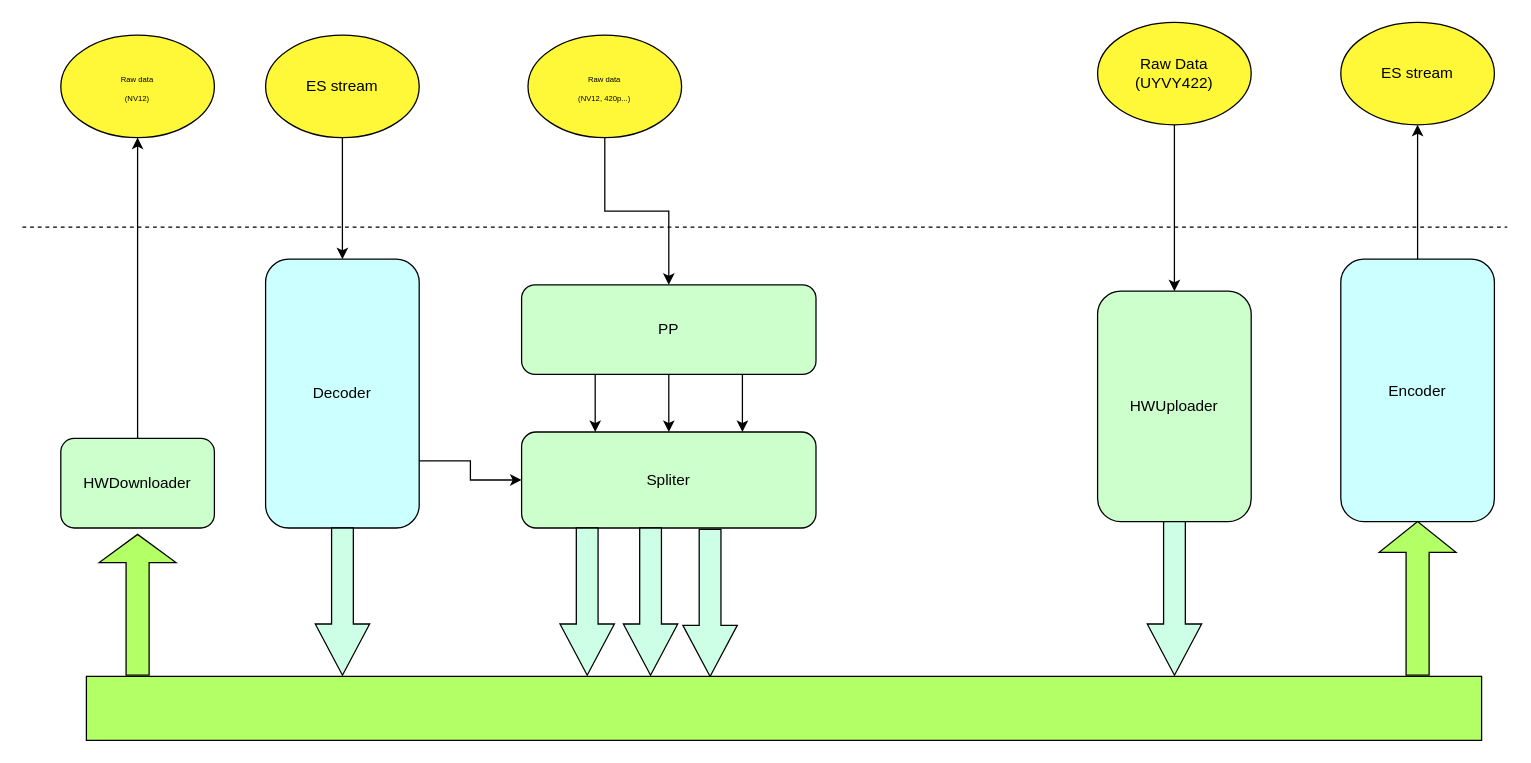
Before: Untitled Diagram.drawio in GYZHANG2019/temp, a draw.io diagram. Source tidied: cells renumbered, new cells numbered last; positions are measured from the earlier drawing's top-left corner, leaving out a move shared by most shapes. Both pictures are drawn from the tidied source at 128%, with x=0, y=0 at pixel (22, 22).
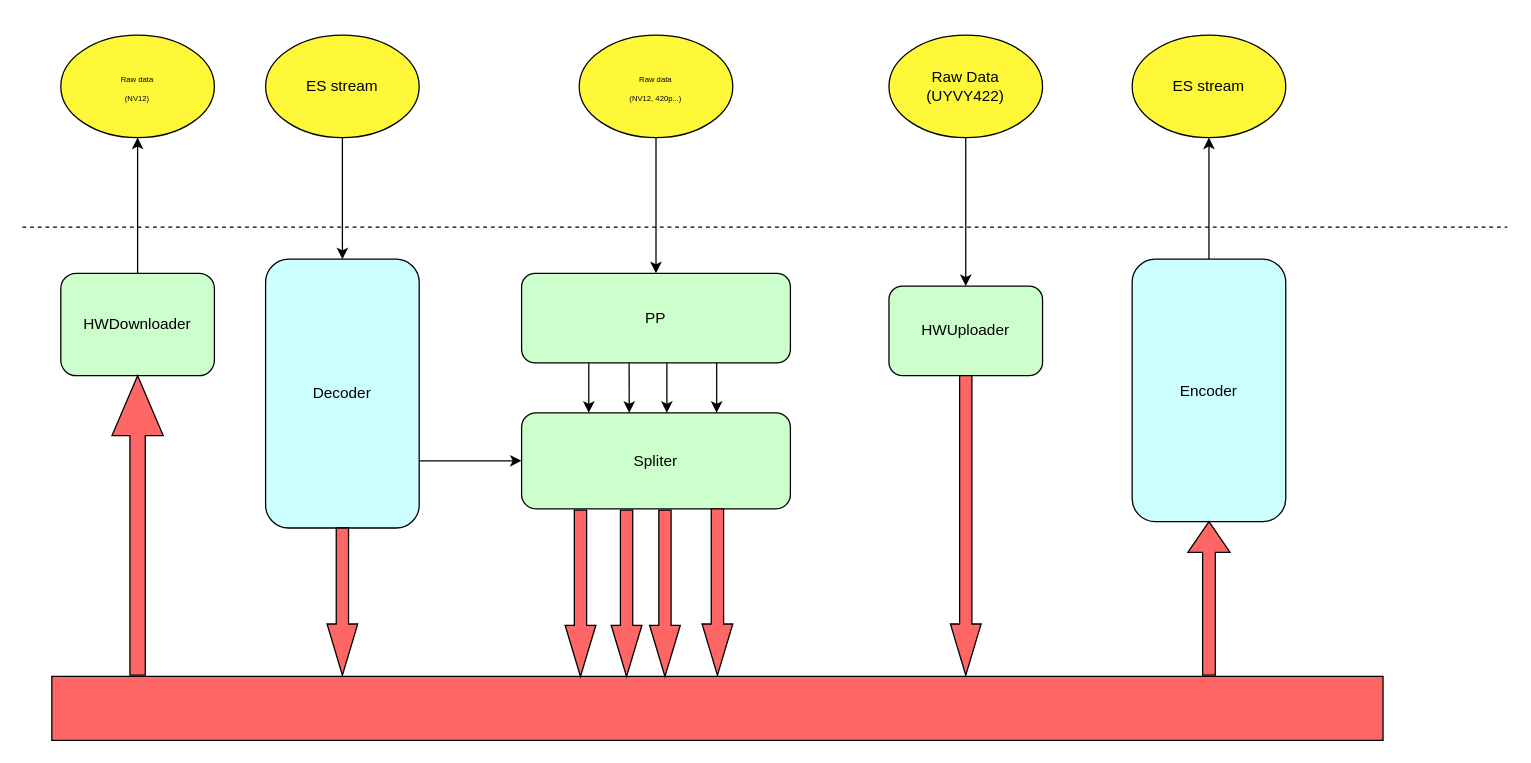
The same diagram, later.

The change refers to these unchanged cells:
```xml
<mxCell id="4" value="Decoder" style="rounded=1;whiteSpace=wrap;html=1;fillColor=#CCFFFF;" parent="1" vertex="1">
  <mxGeometry x="190" y="185" width="120" height="210" as="geometry" />
</mxCell>
```

Diff of the diagram source:
```diff
@@
-    <mxCell id="3" style="edgeStyle=orthogonalEdgeStyle;rounded=0;jettySize=auto;html=1;exitX=1;exitY=0.75;exitDx=0;exitDy=0;entryX=0;entryY=0.5;entryDx=0;entryDy=0;" parent="1" edge="1" source="4" target="16">
+    <mxCell id="3" style="edgeStyle=orthogonalEdgeStyle;rounded=0;jettySize=auto;html=1;exitX=1;exitY=0.75;exitDx=0;exitDy=0;entryX=0;entryY=0.5;entryDx=0;entryDy=0;fillColor=#FF6666;" parent="1" edge="1" source="4" target="16">
       <mxGeometry relative="1" as="geometry" />
     </mxCell>
@@
-    <mxCell id="5" style="edgeStyle=orthogonalEdgeStyle;rounded=0;jettySize=auto;html=1;exitX=0.25;exitY=1;exitDx=0;exitDy=0;entryX=0.25;entryY=0;entryDx=0;entryDy=0;" parent="1" edge="1" source="8" target="16">
+    <mxCell id="5" style="edgeStyle=orthogonalEdgeStyle;rounded=0;jettySize=auto;html=1;exitX=0.25;exitY=1;exitDx=0;exitDy=0;entryX=0.25;entryY=0;entryDx=0;entryDy=0;fillColor=#FF6666;" parent="1" edge="1" source="8" target="16">
       <mxGeometry relative="1" as="geometry" />
     </mxCell>
-    <mxCell id="6" style="edgeStyle=orthogonalEdgeStyle;rounded=0;jettySize=auto;html=1;exitX=0.5;exitY=1;exitDx=0;exitDy=0;" parent="1" edge="1" source="8" target="16">
-      <mxGeometry relative="1" as="geometry" />
+    <mxCell id="6" style="edgeStyle=orthogonalEdgeStyle;rounded=0;orthogonalLoop=1;jettySize=auto;html=1;exitX=0.5;exitY=1;exitDx=0;exitDy=0;fillColor=#FF6666;" parent="1" edge="1">
+      <mxGeometry relative="1" as="geometry">
+        <mxPoint x="474" y="266" as="sourcePoint" />
+        <mxPoint x="474.1" y="305" as="targetPoint" />
+      </mxGeometry>
     </mxCell>
-    <mxCell id="7" style="edgeStyle=orthogonalEdgeStyle;rounded=0;jettySize=auto;html=1;exitX=0.75;exitY=1;exitDx=0;exitDy=0;entryX=0.75;entryY=0;entryDx=0;entryDy=0;" parent="1" edge="1" source="8" target="16">
-      <mxGeometry relative="1" as="geometry" />
+    <mxCell id="7" style="edgeStyle=orthogonalEdgeStyle;rounded=0;orthogonalLoop=1;jettySize=auto;html=1;exitX=0.75;exitY=1;exitDx=0;exitDy=0;entryX=0.75;entryY=0;entryDx=0;entryDy=0;fillColor=#FF6666;" parent="1" edge="1">
+      <mxGeometry relative="1" as="geometry">
+        <mxPoint x="503.5" y="266" as="sourcePoint" />
+        <mxPoint x="503.5" y="305" as="targetPoint" />
+      </mxGeometry>
     </mxCell>
     <mxCell id="8" value="PP" style="rounded=1;whiteSpace=wrap;html=1;fillColor=#CCFFCC;" parent="1" vertex="1">
-      <mxGeometry x="390" y="205" width="230" height="70" as="geometry" />
+      <mxGeometry x="390" y="196" width="210" height="70" as="geometry" />
     </mxCell>
@@
     <mxCell id="10" value="Encoder" style="rounded=1;whiteSpace=wrap;html=1;fillColor=#CCFFFF;" parent="1" vertex="1">
-      <mxGeometry x="1030" y="185" width="120" height="205" as="geometry" />
+      <mxGeometry x="867" y="185" width="120" height="205" as="geometry" />
     </mxCell>
@@
     <mxCell id="14" value="Raw Data&lt;br&gt;(UYVY422)" style="ellipse;whiteSpace=wrap;html=1;fillColor=#FFF838;" parent="1" vertex="1">
-      <mxGeometry x="840" width="120" height="80" as="geometry" />
+      <mxGeometry x="677" y="10" width="120" height="80" as="geometry" />
     </mxCell>
     <mxCell id="15" value="ES stream" style="ellipse;whiteSpace=wrap;html=1;fillColor=#FFF838;" parent="1" vertex="1">
-      <mxGeometry x="1030" width="120" height="80" as="geometry" />
+      <mxGeometry x="867" y="10" width="120" height="80" as="geometry" />
     </mxCell>
     <mxCell id="16" value="Spliter" style="rounded=1;whiteSpace=wrap;html=1;fillColor=#CCFFCC;" parent="1" vertex="1">
-      <mxGeometry x="390" y="320" width="230" height="75" as="geometry" />
+      <mxGeometry x="390" y="305" width="210" height="75" as="geometry" />
     </mxCell>
     <mxCell id="17" value="HWUploader" style="rounded=1;whiteSpace=wrap;html=1;fillColor=#CCFFCC;" parent="1" vertex="1">
-      <mxGeometry x="840" y="210" width="120" height="180" as="geometry" />
+      <mxGeometry x="677" y="206" width="120" height="70" as="geometry" />
     </mxCell>
@@
     <mxCell id="19" value="HWDownloader" style="rounded=1;whiteSpace=wrap;html=1;fillColor=#CCFFCC;" parent="1" vertex="1">
-      <mxGeometry x="30" y="325" width="120" height="70" as="geometry" />
+      <mxGeometry x="30" y="196" width="120" height="80" as="geometry" />
     </mxCell>
@@
     <mxCell id="21" value="&lt;font style=&quot;font-size: 6px&quot;&gt;Raw data&lt;br&gt;(NV12, 420p...)&lt;/font&gt;" style="ellipse;whiteSpace=wrap;html=1;fillColor=#FFF838;" parent="1" vertex="1">
-      <mxGeometry x="395" y="10" width="120" height="80" as="geometry" />
+      <mxGeometry x="435" y="10" width="120" height="80" as="geometry" />
     </mxCell>
@@
-    <mxCell id="23" style="html=1;shadow=0;dashed=0;align=center;verticalAlign=middle;shape=mxgraph.arrows2.arrow;dy=0.6;dx=40;direction=south;notch=0;fillColor=#CCFFE6;" parent="1" vertex="1">
-      <mxGeometry x="228.8" y="395" width="42.5" height="115" as="geometry" />
-    </mxCell>
-    <mxCell id="24" style="html=1;shadow=0;dashed=0;align=center;verticalAlign=middle;shape=mxgraph.arrows2.arrow;dy=0.6;dx=40;direction=south;notch=0;fillColor=#CCFFE6;" parent="1" vertex="1">
-      <mxGeometry x="420" y="395" width="42.5" height="115" as="geometry" />
-    </mxCell>
-    <mxCell id="25" style="html=1;shadow=0;dashed=0;align=center;verticalAlign=middle;shape=mxgraph.arrows2.arrow;dy=0.6;dx=40;direction=south;notch=0;fillColor=#CCFFE6;" parent="1" vertex="1">
-      <mxGeometry x="469.5" y="395" width="42.5" height="115" as="geometry" />
-    </mxCell>
-    <mxCell id="26" style="html=1;shadow=0;dashed=0;align=center;verticalAlign=middle;shape=mxgraph.arrows2.arrow;dy=0.6;dx=40;direction=south;notch=0;fillColor=#CCFFE6;" parent="1" vertex="1">
-      <mxGeometry x="516" y="396" width="42.5" height="115" as="geometry" />
+    <mxCell id="26" style="html=1;shadow=0;dashed=0;align=center;verticalAlign=middle;shape=mxgraph.arrows2.arrow;dy=0.6;dx=40;direction=south;notch=0;fillColor=#FF6666;" parent="1" vertex="1">
+      <mxGeometry x="531" y="380" width="24" height="130" as="geometry" />
     </mxCell>
-    <mxCell id="27" style="verticalLabelPosition=bottom;verticalAlign=top;html=1;shape=mxgraph.basic.rect;fillColor2=none;strokeWidth=1;size=20;indent=5;fillColor=#B3FF66;" parent="1" vertex="1">
-      <mxGeometry x="50" y="511" width="1090" height="50" as="geometry" />
+    <mxCell id="27" style="verticalLabelPosition=bottom;verticalAlign=top;html=1;shape=mxgraph.basic.rect;fillColor2=none;strokeWidth=1;size=20;indent=5;fillColor=#FF6666;" parent="1" vertex="1">
+      <mxGeometry x="23" y="511" width="1040" height="50" as="geometry" />
     </mxCell>
-    <mxCell id="28" style="shape=singleArrow;direction=north;whiteSpace=wrap;html=1;fillColor=#B3FF66;" parent="1" vertex="1">
-      <mxGeometry x="60" y="400" width="60" height="110" as="geometry" />
+    <mxCell id="28" style="shape=singleArrow;direction=north;whiteSpace=wrap;html=1;fillColor=#FF6666;" parent="1" vertex="1">
+      <mxGeometry x="70" y="276" width="40" height="234" as="geometry" />
     </mxCell>
-    <mxCell id="29" style="shape=singleArrow;direction=north;whiteSpace=wrap;html=1;fillColor=#B3FF66;" parent="1" vertex="1">
-      <mxGeometry x="1060" y="390" width="60" height="120" as="geometry" />
+    <mxCell id="29" style="shape=singleArrow;direction=north;whiteSpace=wrap;html=1;fillColor=#FF6666;" parent="1" vertex="1">
+      <mxGeometry x="910.5" y="390" width="33" height="120" as="geometry" />
     </mxCell>
-    <mxCell id="30" style="html=1;shadow=0;dashed=0;align=center;verticalAlign=middle;shape=mxgraph.arrows2.arrow;dy=0.6;dx=40;direction=south;notch=0;fillColor=#CCFFE6;" parent="1" vertex="1">
-      <mxGeometry x="878.8" y="390" width="42.5" height="120" as="geometry" />
-    </mxCell>
+    <mxCell id="31" style="html=1;shadow=0;dashed=0;align=center;verticalAlign=middle;shape=mxgraph.arrows2.arrow;dy=0.6;dx=40;direction=south;notch=0;fillColor=#FF6666;" parent="1" vertex="1">
+      <mxGeometry x="490" y="381" width="24" height="130" as="geometry" />
+    </mxCell>
+    <mxCell id="32" style="html=1;shadow=0;dashed=0;align=center;verticalAlign=middle;shape=mxgraph.arrows2.arrow;dy=0.6;dx=40;direction=south;notch=0;fillColor=#FF6666;" parent="1" vertex="1">
+      <mxGeometry x="460" y="381" width="24" height="130" as="geometry" />
+    </mxCell>
+    <mxCell id="33" style="html=1;shadow=0;dashed=0;align=center;verticalAlign=middle;shape=mxgraph.arrows2.arrow;dy=0.6;dx=40;direction=south;notch=0;fillColor=#FF6666;" parent="1" vertex="1">
+      <mxGeometry x="424" y="381" width="24" height="130" as="geometry" />
+    </mxCell>
+    <mxCell id="34" style="html=1;shadow=0;dashed=0;align=center;verticalAlign=middle;shape=mxgraph.arrows2.arrow;dy=0.6;dx=40;direction=south;notch=0;fillColor=#FF6666;" parent="1" vertex="1">
+      <mxGeometry x="238" y="395" width="24" height="115" as="geometry" />
+    </mxCell>
+    <mxCell id="35" style="html=1;shadow=0;dashed=0;align=center;verticalAlign=middle;shape=mxgraph.arrows2.arrow;dy=0.6;dx=40;direction=south;notch=0;fillColor=#FF6666;" parent="1" vertex="1">
+      <mxGeometry x="725" y="276" width="24" height="234" as="geometry" />
+    </mxCell>
+    <mxCell id="36" style="edgeStyle=orthogonalEdgeStyle;rounded=0;orthogonalLoop=1;jettySize=auto;html=1;exitX=0.75;exitY=1;exitDx=0;exitDy=0;entryX=0.75;entryY=0;entryDx=0;entryDy=0;fillColor=#FF6666;" parent="1" edge="1">
+      <mxGeometry relative="1" as="geometry">
+        <mxPoint x="542.4" y="266" as="sourcePoint" />
+        <mxPoint x="542.4" y="305" as="targetPoint" />
+      </mxGeometry>
+    </mxCell>
```
